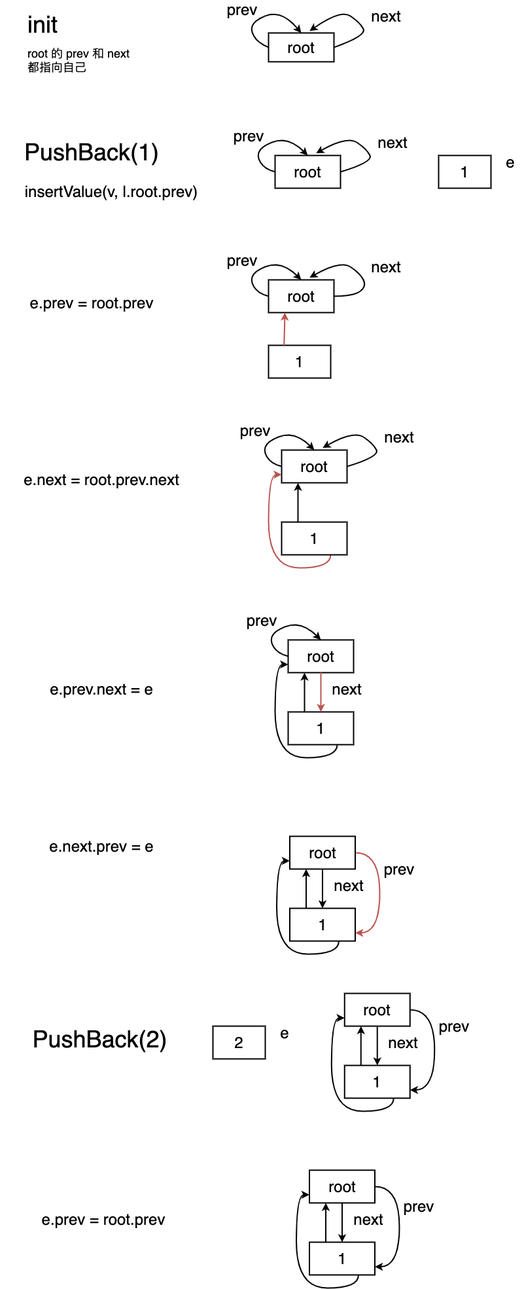
The draw.io diagram go-container/list-source-code.png in autsu/diagrams, before a commit. Source tidied: cells renumbered, new cells last; positions are measured from the earlier drawing's top-left corner, leaving out a move shared by most shapes.
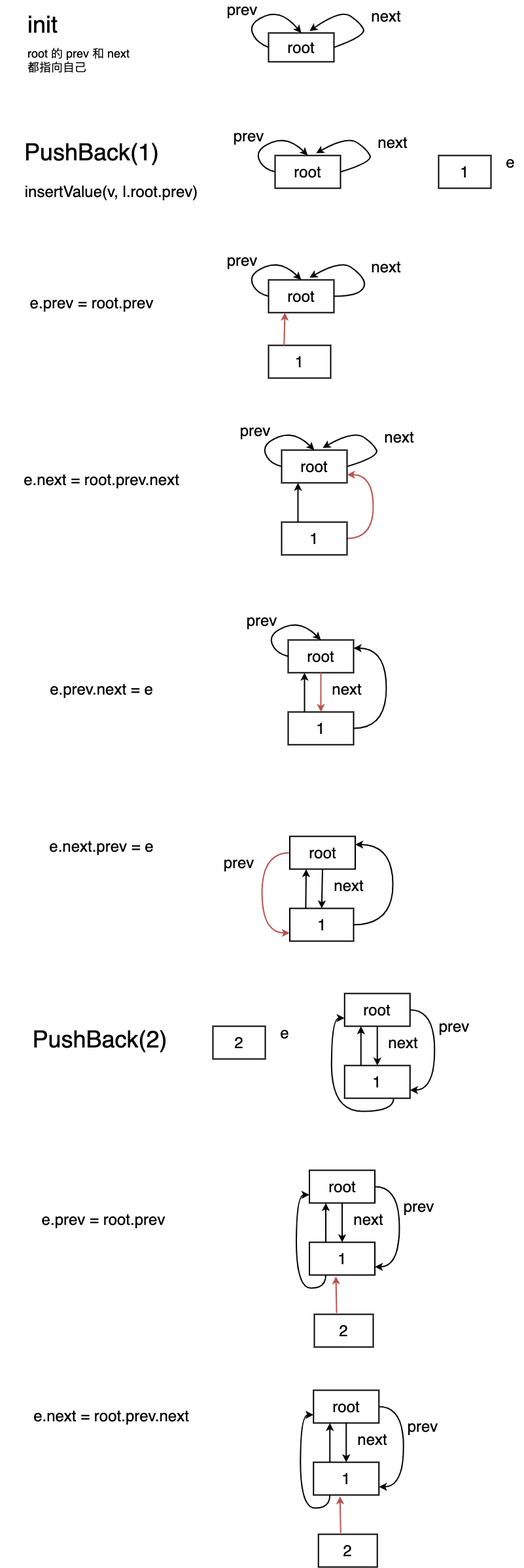
After the commit.

The edit, as a diff of the source:
```diff
@@ -130,8 +130,13 @@
     <mxCell id="27" value="&lt;font style=&quot;font-size: 24px&quot;&gt;next&lt;/font&gt;" style="text;html=1;strokeColor=none;fillColor=none;align=center;verticalAlign=middle;whiteSpace=wrap;rounded=0;" parent="1" vertex="1">
       <mxGeometry x="590" y="653" width="40" height="20" as="geometry" />
     </mxCell>
-    <mxCell id="28" style="edgeStyle=orthogonalEdgeStyle;curved=1;rounded=0;jettySize=auto;html=1;exitX=0.75;exitY=1;exitDx=0;exitDy=0;entryX=0;entryY=0.75;entryDx=0;entryDy=0;strokeWidth=2;fillColor=#f8cecc;strokeColor=#b85450;" parent="1" edge="1" source="29" target="23">
-      <mxGeometry relative="1" as="geometry" />
+    <mxCell id="28" style="edgeStyle=orthogonalEdgeStyle;curved=1;rounded=0;jettySize=auto;html=1;exitX=1;exitY=0.5;exitDx=0;exitDy=0;entryX=1;entryY=0.75;entryDx=0;entryDy=0;strokeWidth=2;fillColor=#f8cecc;strokeColor=#b85450;" parent="1" edge="1" source="29" target="23">
+      <mxGeometry relative="1" as="geometry">
+        <Array as="points">
+          <mxPoint x="570" y="818" />
+          <mxPoint x="570" y="721" />
+        </Array>
+      </mxGeometry>
     </mxCell>
     <mxCell id="29" value="&lt;font style=&quot;font-size: 24px&quot;&gt;1&lt;/font&gt;" style="rounded=0;whiteSpace=wrap;html=1;strokeWidth=2;" parent="1" vertex="1">
       <mxGeometry x="430" y="793" width="100" height="50" as="geometry" />
@@ -163,8 +168,13 @@
     <mxCell id="36" value="&lt;font style=&quot;font-size: 24px&quot;&gt;next&lt;/font&gt;" style="text;html=1;strokeColor=none;fillColor=none;align=center;verticalAlign=middle;whiteSpace=wrap;rounded=0;" parent="1" vertex="1">
       <mxGeometry x="510" y="1038" width="40" height="20" as="geometry" />
     </mxCell>
-    <mxCell id="37" style="edgeStyle=orthogonalEdgeStyle;curved=1;rounded=0;jettySize=auto;html=1;exitX=0.75;exitY=1;exitDx=0;exitDy=0;entryX=0;entryY=0.75;entryDx=0;entryDy=0;strokeWidth=2;" parent="1" edge="1" source="38" target="33">
-      <mxGeometry relative="1" as="geometry" />
+    <mxCell id="37" style="edgeStyle=orthogonalEdgeStyle;curved=1;rounded=0;jettySize=auto;html=1;exitX=1;exitY=0.5;exitDx=0;exitDy=0;entryX=1;entryY=0.25;entryDx=0;entryDy=0;strokeWidth=2;" parent="1" edge="1" source="38" target="33">
+      <mxGeometry relative="1" as="geometry">
+        <Array as="points">
+          <mxPoint x="590" y="1108" />
+          <mxPoint x="590" y="986" />
+        </Array>
+      </mxGeometry>
     </mxCell>
     <mxCell id="38" value="&lt;font style=&quot;font-size: 24px&quot;&gt;1&lt;/font&gt;" style="rounded=0;whiteSpace=wrap;html=1;strokeWidth=2;" parent="1" vertex="1">
       <mxGeometry x="440" y="1083" width="100" height="50" as="geometry" />
@@ -178,11 +188,11 @@
     <mxCell id="41" style="endArrow=classic;html=1;strokeWidth=2;exitX=0.5;exitY=1;exitDx=0;exitDy=0;entryX=0.5;entryY=0;entryDx=0;entryDy=0;fillColor=#f8cecc;strokeColor=#b85450;" parent="1" edge="1" source="33" target="38">
       <mxGeometry relative="1" as="geometry" />
     </mxCell>
-    <mxCell id="42" style="edgeStyle=orthogonalEdgeStyle;curved=1;rounded=0;jettySize=auto;html=1;exitX=1;exitY=0.5;exitDx=0;exitDy=0;entryX=1;entryY=0.75;entryDx=0;entryDy=0;strokeWidth=2;fillColor=#f8cecc;strokeColor=#b85450;" parent="1" edge="1" source="43" target="47">
+    <mxCell id="42" style="edgeStyle=orthogonalEdgeStyle;curved=1;rounded=0;jettySize=auto;html=1;exitX=0;exitY=0.5;exitDx=0;exitDy=0;entryX=0;entryY=0.75;entryDx=0;entryDy=0;strokeWidth=2;fillColor=#f8cecc;strokeColor=#b85450;" parent="1" edge="1" source="43" target="47">
       <mxGeometry relative="1" as="geometry">
         <Array as="points">
-          <mxPoint x="580" y="1298" />
-          <mxPoint x="580" y="1421" />
+          <mxPoint x="400" y="1298" />
+          <mxPoint x="400" y="1421" />
         </Array>
       </mxGeometry>
     </mxCell>
@@ -190,16 +200,21 @@
       <mxGeometry x="442.5" y="1273" width="100" height="50" as="geometry" />
     </mxCell>
     <mxCell id="44" value="&lt;font style=&quot;font-size: 24px&quot;&gt;prev&lt;/font&gt;" style="text;html=1;strokeColor=none;fillColor=none;align=center;verticalAlign=middle;whiteSpace=wrap;rounded=0;" parent="1" vertex="1">
-      <mxGeometry x="590" y="1313" width="40" height="20" as="geometry" />
+      <mxGeometry x="345" y="1303" width="40" height="20" as="geometry" />
     </mxCell>
     <mxCell id="45" value="&lt;font style=&quot;font-size: 24px&quot;&gt;next&lt;/font&gt;" style="text;html=1;strokeColor=none;fillColor=none;align=center;verticalAlign=middle;whiteSpace=wrap;rounded=0;" parent="1" vertex="1">
       <mxGeometry x="512.5" y="1338" width="40" height="20" as="geometry" />
     </mxCell>
-    <mxCell id="46" style="edgeStyle=orthogonalEdgeStyle;curved=1;rounded=0;jettySize=auto;html=1;exitX=0.75;exitY=1;exitDx=0;exitDy=0;entryX=0;entryY=0.75;entryDx=0;entryDy=0;strokeWidth=2;" parent="1" edge="1" source="47" target="43">
-      <mxGeometry relative="1" as="geometry" />
+    <mxCell id="46" style="edgeStyle=orthogonalEdgeStyle;curved=1;rounded=0;jettySize=auto;html=1;exitX=1;exitY=0.5;exitDx=0;exitDy=0;strokeWidth=2;entryX=1;entryY=0.25;entryDx=0;entryDy=0;" parent="1" edge="1" source="47" target="43">
+      <mxGeometry relative="1" as="geometry">
+        <Array as="points">
+          <mxPoint x="600" y="1408" />
+          <mxPoint x="600" y="1286" />
+        </Array>
+      </mxGeometry>
     </mxCell>
     <mxCell id="47" value="&lt;font style=&quot;font-size: 24px&quot;&gt;1&lt;/font&gt;" style="rounded=0;whiteSpace=wrap;html=1;strokeWidth=2;" parent="1" vertex="1">
-      <mxGeometry x="442.5" y="1383" width="100" height="50" as="geometry" />
+      <mxGeometry x="442.5" y="1383" width="97.5" height="50" as="geometry" />
     </mxCell>
     <mxCell id="48" style="endArrow=classic;html=1;strokeWidth=2;entryX=0.25;entryY=1;entryDx=0;entryDy=0;exitX=0.25;exitY=0;exitDx=0;exitDy=0;" parent="1" edge="1" source="47" target="43">
       <mxGeometry relative="1" as="geometry" />
@@ -236,7 +251,7 @@
     <mxCell id="57" value="&lt;font style=&quot;font-size: 24px&quot;&gt;next&lt;/font&gt;" style="text;html=1;strokeColor=none;fillColor=none;align=center;verticalAlign=middle;whiteSpace=wrap;rounded=0;" parent="1" vertex="1">
       <mxGeometry x="542.5" y="1848" width="40" height="20" as="geometry" />
     </mxCell>
-    <mxCell id="58" style="edgeStyle=orthogonalEdgeStyle;curved=1;rounded=0;jettySize=auto;html=1;exitX=0.75;exitY=1;exitDx=0;exitDy=0;entryX=0;entryY=0.75;entryDx=0;entryDy=0;strokeWidth=2;" parent="1" edge="1" source="59" target="55">
+    <mxCell id="58" style="edgeStyle=orthogonalEdgeStyle;curved=1;rounded=0;jettySize=auto;html=1;exitX=0.25;exitY=1;exitDx=0;exitDy=0;entryX=0;entryY=0.75;entryDx=0;entryDy=0;strokeWidth=2;" parent="1" edge="1" source="59" target="55">
       <mxGeometry relative="1" as="geometry" />
     </mxCell>
     <mxCell id="59" value="&lt;font style=&quot;font-size: 24px&quot;&gt;1&lt;/font&gt;" style="rounded=0;whiteSpace=wrap;html=1;strokeWidth=2;" parent="1" vertex="1">
@@ -286,5 +301,49 @@
     <mxCell id="72" style="endArrow=classic;html=1;strokeWidth=2;exitX=0.5;exitY=1;exitDx=0;exitDy=0;entryX=0.5;entryY=0;entryDx=0;entryDy=0;" parent="1" edge="1" source="66" target="70">
       <mxGeometry relative="1" as="geometry" />
     </mxCell>
+    <mxCell id="73" value="&lt;font style=&quot;font-size: 24px&quot;&gt;2&lt;/font&gt;" style="rounded=0;whiteSpace=wrap;html=1;strokeWidth=2;" parent="1" vertex="1">
+      <mxGeometry x="480" y="2003" width="90" height="50" as="geometry" />
+    </mxCell>
+    <mxCell id="74" style="endArrow=classic;html=1;strokeWidth=2;entryX=0.405;entryY=1.04;entryDx=0;entryDy=0;entryPerimeter=0;exitX=0.378;exitY=-0.04;exitDx=0;exitDy=0;exitPerimeter=0;fillColor=#f8cecc;strokeColor=#b85450;" parent="1" edge="1" source="73" target="59">
+      <mxGeometry relative="1" as="geometry" />
+    </mxCell>
+    <mxCell id="75" value="&lt;font style=&quot;font-size: 24px&quot;&gt;e.next = root.prev.next&lt;/font&gt;" style="text;html=1;strokeColor=none;fillColor=none;align=center;verticalAlign=middle;whiteSpace=wrap;rounded=0;" parent="1" vertex="1">
+      <mxGeometry x="25" y="2153" width="290" height="10" as="geometry" />
+    </mxCell>
+    <mxCell id="76" style="edgeStyle=orthogonalEdgeStyle;curved=1;rounded=0;jettySize=auto;html=1;exitX=1;exitY=0.5;exitDx=0;exitDy=0;entryX=1;entryY=0.75;entryDx=0;entryDy=0;strokeWidth=2;" parent="1" edge="1" source="77" target="81">
+      <mxGeometry relative="1" as="geometry">
+        <Array as="points">
+          <mxPoint x="616.2" y="2144" />
+          <mxPoint x="616.2" y="2267" />
+        </Array>
+      </mxGeometry>
+    </mxCell>
+    <mxCell id="77" value="&lt;font style=&quot;font-size: 24px&quot;&gt;root&lt;/font&gt;" style="rounded=0;whiteSpace=wrap;html=1;strokeWidth=2;" parent="1" vertex="1">
+      <mxGeometry x="478.8" y="2119" width="100" height="50" as="geometry" />
+    </mxCell>
+    <mxCell id="78" value="&lt;font style=&quot;font-size: 24px&quot;&gt;prev&lt;/font&gt;" style="text;html=1;strokeColor=none;fillColor=none;align=center;verticalAlign=middle;whiteSpace=wrap;rounded=0;" parent="1" vertex="1">
+      <mxGeometry x="626.2" y="2164" width="40" height="20" as="geometry" />
+    </mxCell>
+    <mxCell id="79" value="&lt;font style=&quot;font-size: 24px&quot;&gt;next&lt;/font&gt;" style="text;html=1;strokeColor=none;fillColor=none;align=center;verticalAlign=middle;whiteSpace=wrap;rounded=0;" parent="1" vertex="1">
+      <mxGeometry x="548.8" y="2184" width="40" height="20" as="geometry" />
+    </mxCell>
+    <mxCell id="80" style="edgeStyle=orthogonalEdgeStyle;curved=1;rounded=0;jettySize=auto;html=1;exitX=0.25;exitY=1;exitDx=0;exitDy=0;entryX=0;entryY=0.75;entryDx=0;entryDy=0;strokeWidth=2;" parent="1" edge="1" source="81" target="77">
+      <mxGeometry relative="1" as="geometry" />
+    </mxCell>
+    <mxCell id="81" value="&lt;font style=&quot;font-size: 24px&quot;&gt;1&lt;/font&gt;" style="rounded=0;whiteSpace=wrap;html=1;strokeWidth=2;" parent="1" vertex="1">
+      <mxGeometry x="478.8" y="2229" width="100" height="50" as="geometry" />
+    </mxCell>
+    <mxCell id="82" style="endArrow=classic;html=1;strokeWidth=2;entryX=0.25;entryY=1;entryDx=0;entryDy=0;exitX=0.25;exitY=0;exitDx=0;exitDy=0;" parent="1" edge="1" source="81" target="77">
+      <mxGeometry relative="1" as="geometry" />
+    </mxCell>
+    <mxCell id="83" style="endArrow=classic;html=1;strokeWidth=2;exitX=0.5;exitY=1;exitDx=0;exitDy=0;entryX=0.5;entryY=0;entryDx=0;entryDy=0;" parent="1" edge="1" source="77" target="81">
+      <mxGeometry relative="1" as="geometry" />
+    </mxCell>
+    <mxCell id="84" value="&lt;font style=&quot;font-size: 24px&quot;&gt;2&lt;/font&gt;" style="rounded=0;whiteSpace=wrap;html=1;strokeWidth=2;" parent="1" vertex="1">
+      <mxGeometry x="486.2" y="2339" width="90" height="50" as="geometry" />
+    </mxCell>
+    <mxCell id="85" style="endArrow=classic;html=1;strokeWidth=2;entryX=0.405;entryY=1.04;entryDx=0;entryDy=0;entryPerimeter=0;exitX=0.378;exitY=-0.04;exitDx=0;exitDy=0;exitPerimeter=0;fillColor=#f8cecc;strokeColor=#b85450;" parent="1" edge="1" source="84" target="81">
+      <mxGeometry relative="1" as="geometry" />
+    </mxCell>
   </root>
 </mxGraphModel>
```
